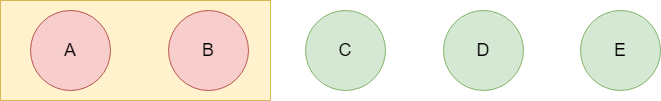
Before: algrithem/union_set_1.drawio.png, a diagram exported from draw.io (muxicode/c153080686). Source tidied: cells renumbered, new cells last; positions are measured from the earlier drawing's top-left corner, leaving out a move shared by most shapes. Source of this version:
```xml
<mxGraphModel>
  <root>
    <mxCell id="0" />
    <mxCell id="1" parent="0" />
    <mxCell id="2" style="rounded=0;whiteSpace=wrap;html=1;fillColor=#fff2cc;strokeColor=#d6b656;" parent="1" vertex="1">
      <mxGeometry width="270" height="100" as="geometry" />
    </mxCell>
    <mxCell id="3" value="&lt;font style=&quot;font-size: 18px;&quot;&gt;A&lt;/font&gt;" style="ellipse;whiteSpace=wrap;html=1;fillColor=#f8cecc;strokeColor=#b85450;" parent="1" vertex="1">
      <mxGeometry x="30" y="10" width="80" height="80" as="geometry" />
    </mxCell>
    <mxCell id="4" value="&lt;font style=&quot;font-size: 18px;&quot;&gt;B&lt;/font&gt;" style="ellipse;whiteSpace=wrap;html=1;fillColor=#f8cecc;strokeColor=#b85450;" parent="1" vertex="1">
      <mxGeometry x="168" y="10" width="80" height="80" as="geometry" />
    </mxCell>
    <mxCell id="5" value="&lt;font style=&quot;font-size: 18px;&quot;&gt;C&lt;/font&gt;" style="ellipse;whiteSpace=wrap;html=1;fillColor=#d5e8d4;strokeColor=#82b366;" parent="1" vertex="1">
      <mxGeometry x="305" y="10" width="80" height="80" as="geometry" />
    </mxCell>
    <mxCell id="6" value="&lt;font style=&quot;font-size: 18px;&quot;&gt;D&lt;/font&gt;" style="ellipse;whiteSpace=wrap;html=1;fillColor=#d5e8d4;strokeColor=#82b366;" parent="1" vertex="1">
      <mxGeometry x="443" y="10" width="80" height="80" as="geometry" />
    </mxCell>
    <mxCell id="7" value="&lt;font style=&quot;font-size: 18px;&quot;&gt;E&lt;/font&gt;" style="ellipse;whiteSpace=wrap;html=1;fillColor=#d5e8d4;strokeColor=#82b366;" parent="1" vertex="1">
      <mxGeometry x="580" y="10" width="80" height="80" as="geometry" />
    </mxCell>
  </root>
</mxGraphModel>
```
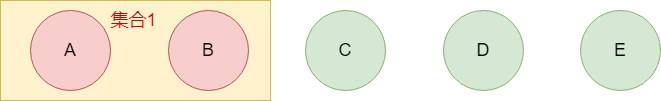
Later version of the same file.

What changed in the source:
```diff
@@ -20,5 +20,8 @@
     <mxCell id="7" value="&lt;font style=&quot;font-size: 18px;&quot;&gt;E&lt;/font&gt;" style="ellipse;whiteSpace=wrap;html=1;fillColor=#d5e8d4;strokeColor=#82b366;" parent="1" vertex="1">
       <mxGeometry x="580" y="10" width="80" height="80" as="geometry" />
     </mxCell>
+    <mxCell id="8" value="&lt;font color=&quot;#cc0000&quot; style=&quot;font-size: 18px;&quot;&gt;集合1&lt;/font&gt;" style="text;html=1;align=center;verticalAlign=middle;strokeColor=none;fillColor=none;" parent="1" vertex="1">
+      <mxGeometry x="98" width="70" height="40" as="geometry" />
+    </mxCell>
   </root>
 </mxGraphModel>
```
